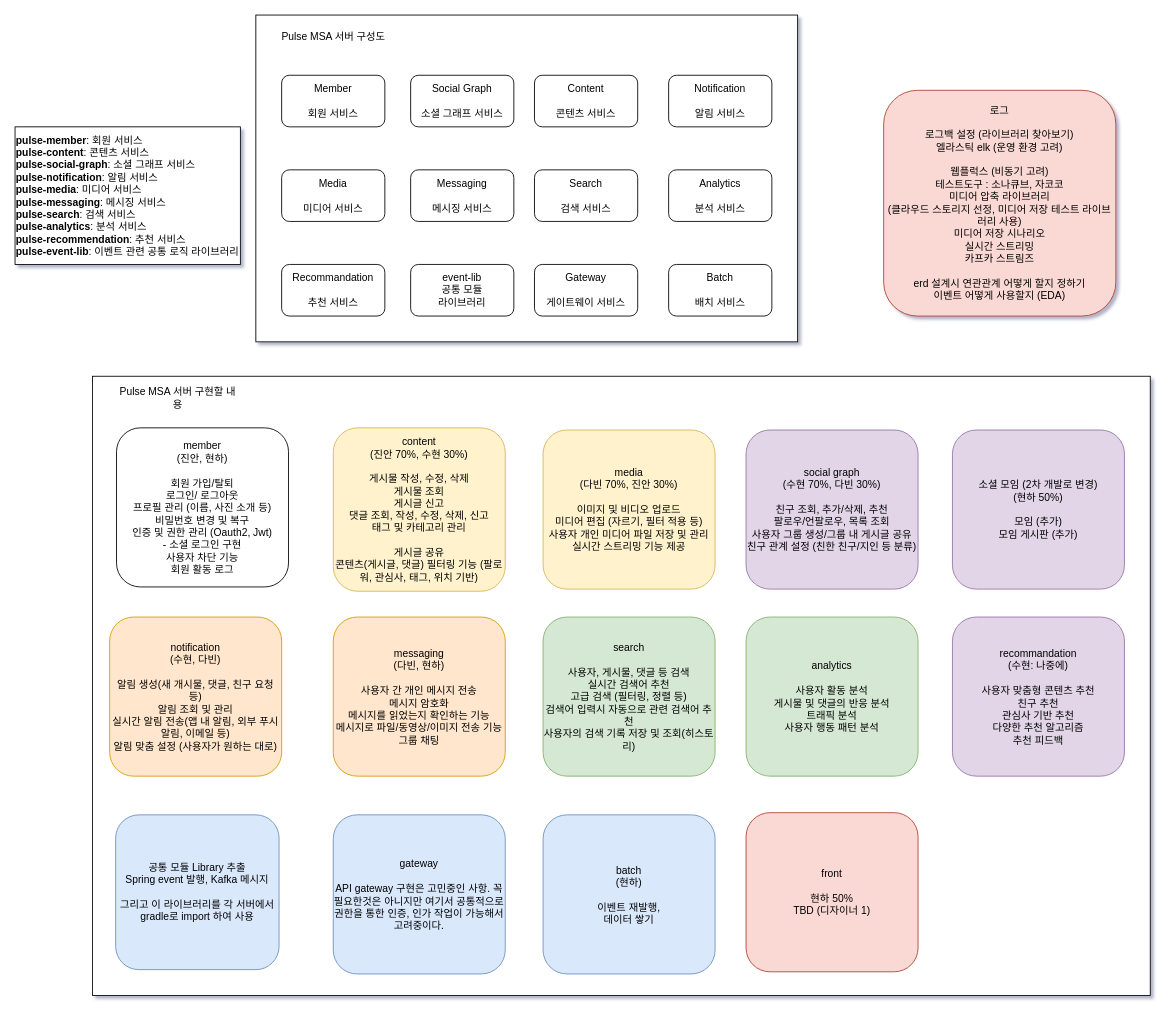
Earlier version of the draw.io diagram page "메인" (1 of 5) of Pulse-msa.drawio (AmazingEffect/pulse-document). Source tidied: cells renumbered, new cells numbered last; positions are measured from the earlier drawing's top-left corner, leaving out a move shared by most shapes. Both pictures are drawn from the tidied source at 86%, with x=0, y=0 at pixel (15, 15).
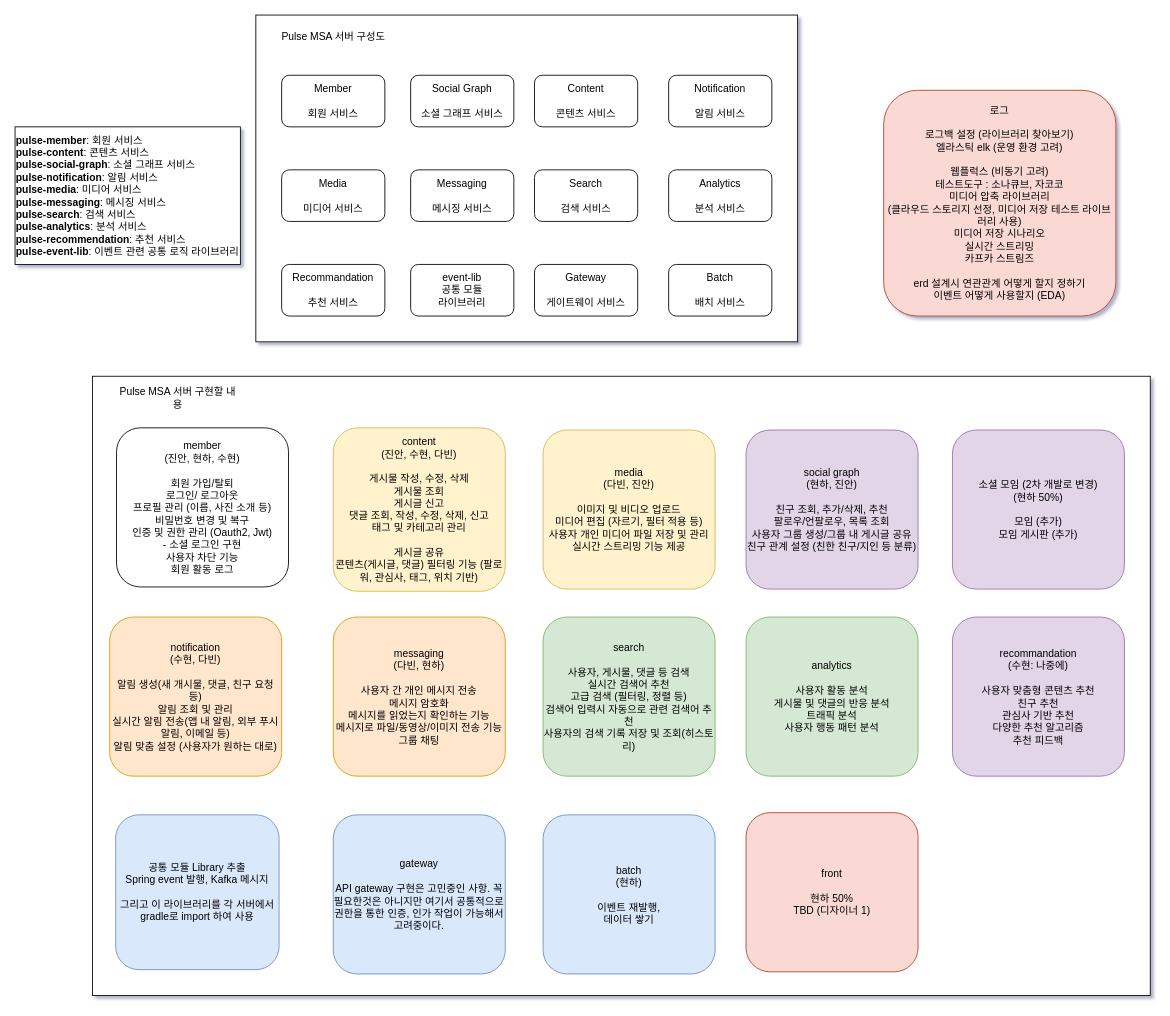
After the change.

What changed in the source:
```diff
@@
-    <mxCell id="14" value="member&lt;br&gt;(진안, 현하)&lt;br&gt;&lt;br&gt;회원 가입/탈퇴&lt;br&gt;로그인/ 로그아웃&lt;br&gt;프로필 관리 (이름, 사진 소개 등)&lt;br&gt;비밀번호 변경 및 복구&lt;br&gt;인증 및 권한 관리 (Oauth2, Jwt)&lt;br&gt;- 소셜 로그인 구현&lt;br&gt;사용자 차단 기능&lt;br&gt;회원 활동 로그" style="rounded=1;whiteSpace=wrap;html=1;" parent="1" vertex="1">
+    <mxCell id="14" value="member&lt;br&gt;(진안, 현하, 수현)&lt;br&gt;&lt;br&gt;회원 가입/탈퇴&lt;br&gt;로그인/ 로그아웃&lt;br&gt;프로필 관리 (이름, 사진 소개 등)&lt;br&gt;비밀번호 변경 및 복구&lt;br&gt;인증 및 권한 관리 (Oauth2, Jwt)&lt;br&gt;- 소셜 로그인 구현&lt;br&gt;사용자 차단 기능&lt;br&gt;회원 활동 로그" style="rounded=1;whiteSpace=wrap;html=1;" parent="1" vertex="1">
       <mxGeometry x="118" y="480" width="200" height="185" as="geometry" />
     </mxCell>
-    <mxCell id="15" value="content&lt;br&gt;(진안 70%, 수현 30%)&lt;br&gt;&lt;br&gt;게시물 작성, 수정, 삭제&lt;br&gt;게시물 조회&lt;br&gt;게시글 신고&lt;br&gt;댓글 조회,&amp;nbsp;작성, 수정, 삭제, 신고&lt;br&gt;태그 및 카테고리 관리&lt;br&gt;&lt;br&gt;게시글 공유&lt;br&gt;콘텐츠(게시글, 댓글) 필터링 기능 (팔로워, 관심사, 태그, 위치 기반)" style="rounded=1;whiteSpace=wrap;html=1;fillColor=#fff2cc;strokeColor=#d6b656;" parent="1" vertex="1">
+    <mxCell id="15" value="content&lt;br&gt;(진안, 수현, 다빈)&lt;br&gt;&lt;br&gt;게시물 작성, 수정, 삭제&lt;br&gt;게시물 조회&lt;br&gt;게시글 신고&lt;br&gt;댓글 조회,&amp;nbsp;작성, 수정, 삭제, 신고&lt;br&gt;태그 및 카테고리 관리&lt;br&gt;&lt;br&gt;게시글 공유&lt;br&gt;콘텐츠(게시글, 댓글) 필터링 기능 (팔로워, 관심사, 태그, 위치 기반)" style="rounded=1;whiteSpace=wrap;html=1;fillColor=#fff2cc;strokeColor=#d6b656;" parent="1" vertex="1">
       <mxGeometry x="370" y="480" width="200" height="190" as="geometry" />
     </mxCell>
-    <mxCell id="16" value="social graph&lt;br&gt;(수현 70%, 다빈 30%)&lt;br&gt;&lt;br&gt;친구 조회,&amp;nbsp;추가/삭제, 추천&lt;br&gt;팔로우/언팔로우, 목록 조회&lt;br&gt;사용자 그룹 생성/그룹 내 게시글 공유&lt;br&gt;친구 관계 설정 (친한 친구/지인 등 분류)" style="rounded=1;whiteSpace=wrap;html=1;fillColor=#e1d5e7;strokeColor=#9673a6;" parent="1" vertex="1">
+    <mxCell id="16" value="social graph&lt;br&gt;(현하, 진안)&lt;br&gt;&lt;br&gt;친구 조회,&amp;nbsp;추가/삭제, 추천&lt;br&gt;팔로우/언팔로우, 목록 조회&lt;br&gt;사용자 그룹 생성/그룹 내 게시글 공유&lt;br&gt;친구 관계 설정 (친한 친구/지인 등 분류)" style="rounded=1;whiteSpace=wrap;html=1;fillColor=#e1d5e7;strokeColor=#9673a6;" parent="1" vertex="1">
       <mxGeometry x="850" y="482.5" width="200" height="185" as="geometry" />
     </mxCell>
@@
-    <mxCell id="18" value="media&lt;br&gt;(다빈 70%, 진안 30%)&lt;br&gt;&lt;br&gt;이미지 및 비디오 업로드&lt;br&gt;미디어 편집 (자르기, 필터 적용 등)&lt;br&gt;사용자 개인 미디어 파일 저장 및 관리&lt;br&gt;실시간 스트리밍 기능 제공" style="rounded=1;whiteSpace=wrap;html=1;fillColor=#fff2cc;strokeColor=#d6b656;" parent="1" vertex="1">
+    <mxCell id="18" value="media&lt;br&gt;(다빈, 진안)&lt;br&gt;&lt;br&gt;이미지 및 비디오 업로드&lt;br&gt;미디어 편집 (자르기, 필터 적용 등)&lt;br&gt;사용자 개인 미디어 파일 저장 및 관리&lt;br&gt;실시간 스트리밍 기능 제공" style="rounded=1;whiteSpace=wrap;html=1;fillColor=#fff2cc;strokeColor=#d6b656;" parent="1" vertex="1">
       <mxGeometry x="614" y="482.5" width="200" height="185" as="geometry" />
     </mxCell>
```
